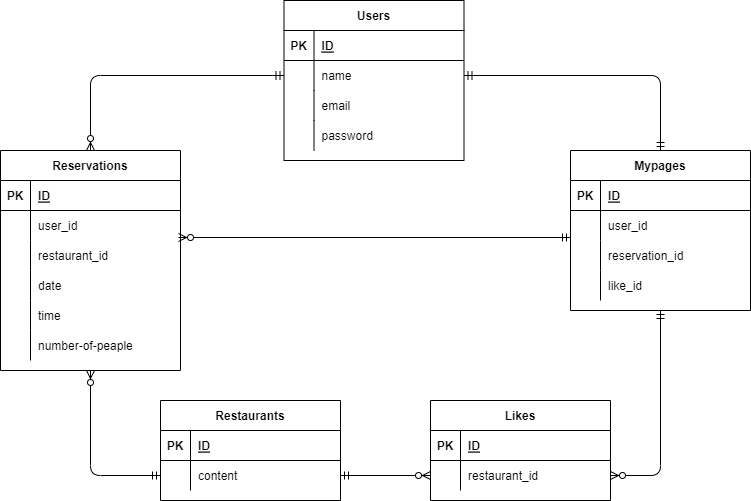
This is index.drawio.png from kaoriii7/Advance-ER, a draw.io export, as it was before one commit. Source tidied: cells renumbered, new cells last; positions are measured from the earlier drawing's top-left corner, leaving out a move shared by most shapes.
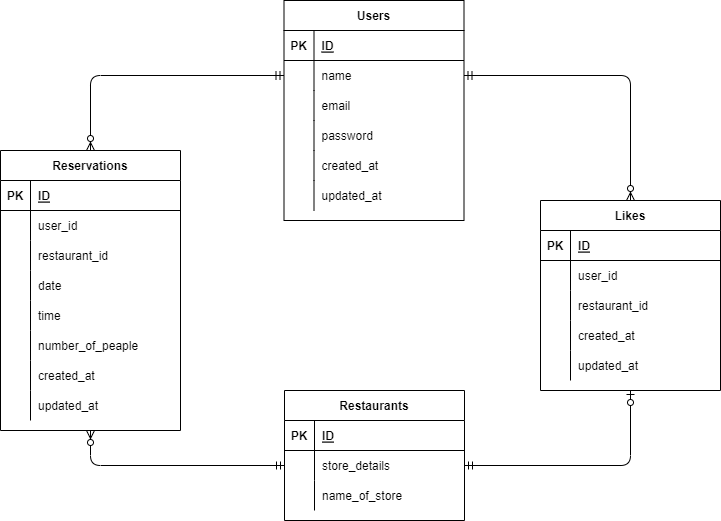
Above is the later version.

What changed in the source:
```diff
@@ -3,7 +3,7 @@
     <mxCell id="0" />
     <mxCell id="1" parent="0" />
     <mxCell id="2" value="Users" style="shape=table;startSize=30;rowLines=0;fontStyle=1;align=center;" parent="1" vertex="1">
-      <mxGeometry x="283.5" width="180" height="160" as="geometry" />
+      <mxGeometry x="283.5" width="180" height="220" as="geometry" />
     </mxCell>
     <mxCell id="3" style="shape=partialRectangle;fillColor=none;top=0;left=0;bottom=1;right=0;" parent="2" vertex="1">
       <mxGeometry y="30" width="180" height="30" as="geometry" />
@@ -41,8 +41,26 @@
     <mxCell id="14" value="password" style="shape=partialRectangle;fillColor=none;top=0;left=0;bottom=0;right=0;align=left;spacingLeft=6;overflow=hidden;" parent="12" vertex="1">
       <mxGeometry x="30" width="150" height="30" as="geometry" />
     </mxCell>
+    <mxCell id="67" style="shape=partialRectangle;fillColor=none;top=0;left=0;bottom=0;right=0;" parent="2" vertex="1">
+      <mxGeometry y="150" width="180" height="30" as="geometry" />
+    </mxCell>
+    <mxCell id="68" style="shape=partialRectangle;fillColor=none;top=0;left=0;bottom=0;right=0;overflow=hidden;" parent="67" vertex="1">
+      <mxGeometry width="30" height="30" as="geometry" />
+    </mxCell>
+    <mxCell id="69" value="created_at" style="shape=partialRectangle;fillColor=none;top=0;left=0;bottom=0;right=0;align=left;spacingLeft=6;overflow=hidden;" parent="67" vertex="1">
+      <mxGeometry x="30" width="150" height="30" as="geometry" />
+    </mxCell>
+    <mxCell id="70" style="shape=partialRectangle;fillColor=none;top=0;left=0;bottom=0;right=0;" parent="2" vertex="1">
+      <mxGeometry y="180" width="180" height="30" as="geometry" />
+    </mxCell>
+    <mxCell id="71" style="shape=partialRectangle;fillColor=none;top=0;left=0;bottom=0;right=0;overflow=hidden;" parent="70" vertex="1">
+      <mxGeometry width="30" height="30" as="geometry" />
+    </mxCell>
+    <mxCell id="72" value="updated_at" style="shape=partialRectangle;fillColor=none;top=0;left=0;bottom=0;right=0;align=left;spacingLeft=6;overflow=hidden;" parent="70" vertex="1">
+      <mxGeometry x="30" width="150" height="30" as="geometry" />
+    </mxCell>
     <mxCell id="15" value="Reservations" style="shape=table;startSize=30;rowLines=0;fontStyle=1;align=center;" parent="1" vertex="1">
-      <mxGeometry y="150" width="180" height="220" as="geometry" />
+      <mxGeometry y="150" width="180" height="280" as="geometry" />
     </mxCell>
     <mxCell id="16" style="shape=partialRectangle;fillColor=none;top=0;left=0;bottom=1;right=0;" parent="15" vertex="1">
       <mxGeometry y="30" width="180" height="30" as="geometry" />
@@ -95,11 +113,29 @@
     <mxCell id="32" style="shape=partialRectangle;fillColor=none;top=0;left=0;bottom=0;right=0;overflow=hidden;" parent="31" vertex="1">
       <mxGeometry width="30" height="30" as="geometry" />
     </mxCell>
-    <mxCell id="33" value="number-of-peaple" style="shape=partialRectangle;fillColor=none;top=0;left=0;bottom=0;right=0;align=left;spacingLeft=6;overflow=hidden;" parent="31" vertex="1">
+    <mxCell id="33" value="number_of_peaple" style="shape=partialRectangle;fillColor=none;top=0;left=0;bottom=0;right=0;align=left;spacingLeft=6;overflow=hidden;" parent="31" vertex="1">
       <mxGeometry x="30" width="150" height="30" as="geometry" />
     </mxCell>
+    <mxCell id="73" style="shape=partialRectangle;fillColor=none;top=0;left=0;bottom=0;right=0;" parent="15" vertex="1">
+      <mxGeometry y="210" width="180" height="30" as="geometry" />
+    </mxCell>
+    <mxCell id="74" style="shape=partialRectangle;fillColor=none;top=0;left=0;bottom=0;right=0;overflow=hidden;" parent="73" vertex="1">
+      <mxGeometry width="30" height="30" as="geometry" />
+    </mxCell>
+    <mxCell id="75" value="created_at" style="shape=partialRectangle;fillColor=none;top=0;left=0;bottom=0;right=0;align=left;spacingLeft=6;overflow=hidden;" parent="73" vertex="1">
+      <mxGeometry x="30" width="150" height="30" as="geometry" />
+    </mxCell>
+    <mxCell id="76" style="shape=partialRectangle;fillColor=none;top=0;left=0;bottom=0;right=0;" parent="15" vertex="1">
+      <mxGeometry y="240" width="180" height="30" as="geometry" />
+    </mxCell>
+    <mxCell id="77" style="shape=partialRectangle;fillColor=none;top=0;left=0;bottom=0;right=0;overflow=hidden;" parent="76" vertex="1">
+      <mxGeometry width="30" height="30" as="geometry" />
+    </mxCell>
+    <mxCell id="78" value="updated_at" style="shape=partialRectangle;fillColor=none;top=0;left=0;bottom=0;right=0;align=left;spacingLeft=6;overflow=hidden;" parent="76" vertex="1">
+      <mxGeometry x="30" width="150" height="30" as="geometry" />
+    </mxCell>
     <mxCell id="34" value="Restaurants" style="shape=table;startSize=30;rowLines=0;fontStyle=1;align=center;" parent="1" vertex="1">
-      <mxGeometry x="160" y="400" width="180" height="100" as="geometry" />
+      <mxGeometry x="284" y="390" width="180" height="130" as="geometry" />
     </mxCell>
     <mxCell id="35" style="shape=partialRectangle;fillColor=none;top=0;left=0;bottom=1;right=0;" parent="34" vertex="1">
       <mxGeometry y="30" width="180" height="30" as="geometry" />
@@ -116,50 +152,20 @@
     <mxCell id="39" style="shape=partialRectangle;fillColor=none;top=0;left=0;bottom=0;right=0;overflow=hidden;" parent="38" vertex="1">
       <mxGeometry width="30" height="30" as="geometry" />
     </mxCell>
-    <mxCell id="40" value="content" style="shape=partialRectangle;fillColor=none;top=0;left=0;bottom=0;right=0;align=left;spacingLeft=6;overflow=hidden;" parent="38" vertex="1">
+    <mxCell id="40" value="store_details" style="shape=partialRectangle;fillColor=none;top=0;left=0;bottom=0;right=0;align=left;spacingLeft=6;overflow=hidden;" parent="38" vertex="1">
       <mxGeometry x="30" width="150" height="30" as="geometry" />
     </mxCell>
-    <mxCell id="41" value="Mypages" style="shape=table;startSize=30;rowLines=0;fontStyle=1;align=center;" parent="1" vertex="1">
-      <mxGeometry x="570" y="150" width="180" height="160" as="geometry" />
-    </mxCell>
-    <mxCell id="42" style="shape=partialRectangle;fillColor=none;top=0;left=0;bottom=1;right=0;" parent="41" vertex="1">
-      <mxGeometry y="30" width="180" height="30" as="geometry" />
-    </mxCell>
-    <mxCell id="43" value="PK" style="shape=partialRectangle;fillColor=none;top=0;left=0;bottom=0;right=0;fontStyle=1;overflow=hidden;" parent="42" vertex="1">
-      <mxGeometry width="30" height="30" as="geometry" />
-    </mxCell>
-    <mxCell id="44" value="ID" style="shape=partialRectangle;fillColor=none;top=0;left=0;bottom=0;right=0;align=left;spacingLeft=6;fontStyle=5;overflow=hidden;" parent="42" vertex="1">
-      <mxGeometry x="30" width="150" height="30" as="geometry" />
-    </mxCell>
-    <mxCell id="45" style="shape=partialRectangle;fillColor=none;top=0;left=0;bottom=0;right=0;" parent="41" vertex="1">
-      <mxGeometry y="60" width="180" height="30" as="geometry" />
-    </mxCell>
-    <mxCell id="46" style="shape=partialRectangle;fillColor=none;top=0;left=0;bottom=0;right=0;overflow=hidden;" parent="45" vertex="1">
-      <mxGeometry width="30" height="30" as="geometry" />
-    </mxCell>
-    <mxCell id="47" value="user_id" style="shape=partialRectangle;fillColor=none;top=0;left=0;bottom=0;right=0;align=left;spacingLeft=6;overflow=hidden;" parent="45" vertex="1">
-      <mxGeometry x="30" width="150" height="30" as="geometry" />
-    </mxCell>
-    <mxCell id="48" style="shape=partialRectangle;fillColor=none;top=0;left=0;bottom=0;right=0;" parent="41" vertex="1">
+    <mxCell id="48" style="shape=partialRectangle;fillColor=none;top=0;left=0;bottom=0;right=0;" parent="34" vertex="1">
       <mxGeometry y="90" width="180" height="30" as="geometry" />
     </mxCell>
-    <mxCell id="49" style="shape=partialRectangle;fillColor=none;top=0;left=0;bottom=0;right=0;overflow=hidden;" parent="48" vertex="1">
-      <mxGeometry width="30" height="30" as="geometry" />
-    </mxCell>
-    <mxCell id="50" value="reservation_id" style="shape=partialRectangle;fillColor=none;top=0;left=0;bottom=0;right=0;align=left;spacingLeft=6;overflow=hidden;" parent="48" vertex="1">
-      <mxGeometry x="30" width="150" height="30" as="geometry" />
-    </mxCell>
-    <mxCell id="51" style="shape=partialRectangle;fillColor=none;top=0;left=0;bottom=0;right=0;" parent="41" vertex="1">
-      <mxGeometry y="120" width="180" height="30" as="geometry" />
-    </mxCell>
-    <mxCell id="52" style="shape=partialRectangle;fillColor=none;top=0;left=0;bottom=0;right=0;overflow=hidden;" parent="51" vertex="1">
-      <mxGeometry width="30" height="30" as="geometry" />
-    </mxCell>
-    <mxCell id="53" value="like_id" style="shape=partialRectangle;fillColor=none;top=0;left=0;bottom=0;right=0;align=left;spacingLeft=6;overflow=hidden;" parent="51" vertex="1">
-      <mxGeometry x="30" width="150" height="30" as="geometry" />
-    </mxCell>
+    <mxCell id="79" style="shape=partialRectangle;fillColor=none;top=0;left=0;bottom=0;right=0;overflow=hidden;" parent="48" vertex="1">
+      <mxGeometry width="30" height="30" as="geometry" />
+    </mxCell>
+    <mxCell id="80" value="name_of_store" style="shape=partialRectangle;fillColor=none;top=0;left=0;bottom=0;right=0;align=left;spacingLeft=6;overflow=hidden;" parent="48" vertex="1">
+      <mxGeometry x="30" width="150" height="30" as="geometry" />
+    </mxCell>
     <mxCell id="54" value="Likes" style="shape=table;startSize=30;rowLines=0;fontStyle=1;align=center;" parent="1" vertex="1">
-      <mxGeometry x="430" y="400" width="180" height="100" as="geometry" />
+      <mxGeometry x="540" y="200" width="180" height="190" as="geometry" />
     </mxCell>
     <mxCell id="55" style="shape=partialRectangle;fillColor=none;top=0;left=0;bottom=1;right=0;" parent="54" vertex="1">
       <mxGeometry y="30" width="180" height="30" as="geometry" />
@@ -170,8 +176,17 @@
     <mxCell id="57" value="ID" style="shape=partialRectangle;fillColor=none;top=0;left=0;bottom=0;right=0;align=left;spacingLeft=6;fontStyle=5;overflow=hidden;" parent="55" vertex="1">
       <mxGeometry x="30" width="150" height="30" as="geometry" />
     </mxCell>
+    <mxCell id="45" style="shape=partialRectangle;fillColor=none;top=0;left=0;bottom=0;right=0;" parent="54" vertex="1">
+      <mxGeometry y="60" width="180" height="30" as="geometry" />
+    </mxCell>
+    <mxCell id="81" style="shape=partialRectangle;fillColor=none;top=0;left=0;bottom=0;right=0;overflow=hidden;" parent="45" vertex="1">
+      <mxGeometry width="30" height="30" as="geometry" />
+    </mxCell>
+    <mxCell id="47" value="user_id" style="shape=partialRectangle;fillColor=none;top=0;left=0;bottom=0;right=0;align=left;spacingLeft=6;overflow=hidden;" parent="45" vertex="1">
+      <mxGeometry x="30" width="150" height="30" as="geometry" />
+    </mxCell>
     <mxCell id="58" style="shape=partialRectangle;fillColor=none;top=0;left=0;bottom=0;right=0;points=[[0,0.5],[1,0.5]];portConstraint=eastwest;" parent="54" vertex="1">
-      <mxGeometry y="60" width="180" height="30" as="geometry" />
+      <mxGeometry y="90" width="180" height="30" as="geometry" />
     </mxCell>
     <mxCell id="59" style="shape=partialRectangle;fillColor=none;top=0;left=0;bottom=0;right=0;overflow=hidden;" parent="58" vertex="1">
       <mxGeometry width="30" height="30" as="geometry" />
@@ -179,25 +194,35 @@
     <mxCell id="60" value="restaurant_id" style="shape=partialRectangle;fillColor=none;top=0;left=0;bottom=0;right=0;align=left;spacingLeft=6;overflow=hidden;" parent="58" vertex="1">
       <mxGeometry x="30" width="150" height="30" as="geometry" />
     </mxCell>
-    <mxCell id="61" style="fontSize=12;html=1;endArrow=ERzeroToMany;startArrow=ERmandOne;entryX=0;entryY=0.5;entryDx=0;entryDy=0;exitX=1;exitY=0.5;exitDx=0;exitDy=0;" parent="1" edge="1" source="38" target="58">
-      <mxGeometry relative="1" as="geometry" />
-    </mxCell>
+    <mxCell id="51" style="shape=partialRectangle;fillColor=none;top=0;left=0;bottom=0;right=0;" parent="54" vertex="1">
+      <mxGeometry y="120" width="180" height="30" as="geometry" />
+    </mxCell>
+    <mxCell id="82" style="shape=partialRectangle;fillColor=none;top=0;left=0;bottom=0;right=0;overflow=hidden;" parent="51" vertex="1">
+      <mxGeometry width="30" height="30" as="geometry" />
+    </mxCell>
+    <mxCell id="83" value="created_at" style="shape=partialRectangle;fillColor=none;top=0;left=0;bottom=0;right=0;align=left;spacingLeft=6;overflow=hidden;" parent="51" vertex="1">
+      <mxGeometry x="30" width="150" height="30" as="geometry" />
+    </mxCell>
+    <mxCell id="84" style="shape=partialRectangle;fillColor=none;top=0;left=0;bottom=0;right=0;" parent="54" vertex="1">
+      <mxGeometry y="150" width="180" height="30" as="geometry" />
+    </mxCell>
+    <mxCell id="85" style="shape=partialRectangle;fillColor=none;top=0;left=0;bottom=0;right=0;overflow=hidden;" parent="84" vertex="1">
+      <mxGeometry width="30" height="30" as="geometry" />
+    </mxCell>
+    <mxCell id="86" value="updated_at" style="shape=partialRectangle;fillColor=none;top=0;left=0;bottom=0;right=0;align=left;spacingLeft=6;overflow=hidden;" parent="84" vertex="1">
+      <mxGeometry x="30" width="150" height="30" as="geometry" />
+    </mxCell>
-    <mxCell id="62" style="fontSize=12;html=1;endArrow=ERzeroToMany;startArrow=ERmandOne;entryX=1;entryY=0.5;entryDx=0;entryDy=0;edgeStyle=orthogonalEdgeStyle;exitX=0.5;exitY=1;exitDx=0;exitDy=0;" parent="1" edge="1" source="41" target="58">
+    <mxCell id="62" style="fontSize=12;html=1;endArrow=ERzeroToMany;startArrow=ERmandOne;entryX=0.5;entryY=0;entryDx=0;entryDy=0;edgeStyle=orthogonalEdgeStyle;exitX=1;exitY=0.5;exitDx=0;exitDy=0;" parent="1" edge="1" source="6" target="54">
       <mxGeometry relative="1" as="geometry" />
     </mxCell>
     <mxCell id="63" style="edgeStyle=orthogonalEdgeStyle;fontSize=12;html=1;endArrow=ERzeroToMany;startArrow=ERmandOne;entryX=0.5;entryY=0;entryDx=0;entryDy=0;exitX=0;exitY=0.5;exitDx=0;exitDy=0;" parent="1" edge="1" source="6" target="15">
       <mxGeometry relative="1" as="geometry" />
     </mxCell>
-    <mxCell id="64" style="fontSize=12;html=1;endArrow=ERzeroToMany;startArrow=ERmandOne;entryX=0.989;entryY=-0.1;entryDx=0;entryDy=0;entryPerimeter=0;" parent="1" edge="1" target="22">
-      <mxGeometry relative="1" as="geometry">
-        <mxPoint x="570" y="237" as="sourcePoint" />
-      </mxGeometry>
-    </mxCell>
     <mxCell id="65" style="edgeStyle=orthogonalEdgeStyle;fontSize=12;html=1;endArrow=ERzeroToMany;startArrow=ERmandOne;entryX=0.5;entryY=1;entryDx=0;entryDy=0;exitX=0;exitY=0.5;exitDx=0;exitDy=0;" parent="1" edge="1" source="38" target="15">
       <mxGeometry relative="1" as="geometry" />
     </mxCell>
-    <mxCell id="66" style="fontSize=12;html=1;endArrow=ERmandOne;startArrow=ERmandOne;entryX=0.5;entryY=0;entryDx=0;entryDy=0;exitX=1;exitY=0.5;exitDx=0;exitDy=0;edgeStyle=orthogonalEdgeStyle;" parent="1" edge="1" source="6" target="41">
-      <mxGeometry relative="1" as="geometry" />
-    </mxCell>
+    <mxCell id="87" style="edgeStyle=orthogonalEdgeStyle;fontSize=12;html=1;endArrow=ERzeroToOne;startArrow=ERmandOne;entryX=0.5;entryY=1;entryDx=0;entryDy=0;exitX=1;exitY=0.5;exitDx=0;exitDy=0;" parent="1" edge="1" source="38" target="54">
+      <mxGeometry relative="1" as="geometry" />
+    </mxCell>
   </root>
 </mxGraphModel>
```
